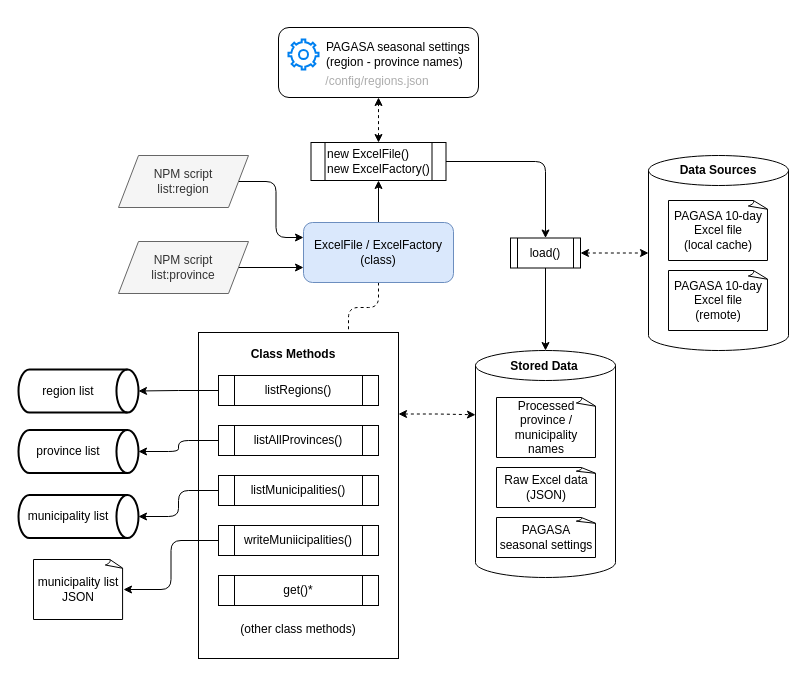
ciatph/ph-municipalities keeps this draw.io diagram as docs/diagrams/ph-municipalities-arch.drawio. Above is the earlier version. Source tidied: cells renumbered, new cells numbered last; positions are measured from the earlier drawing's top-left corner, leaving out a move shared by most shapes. Both pictures are drawn from the tidied source at 100%, with x=0, y=0 at pixel (18, 27).
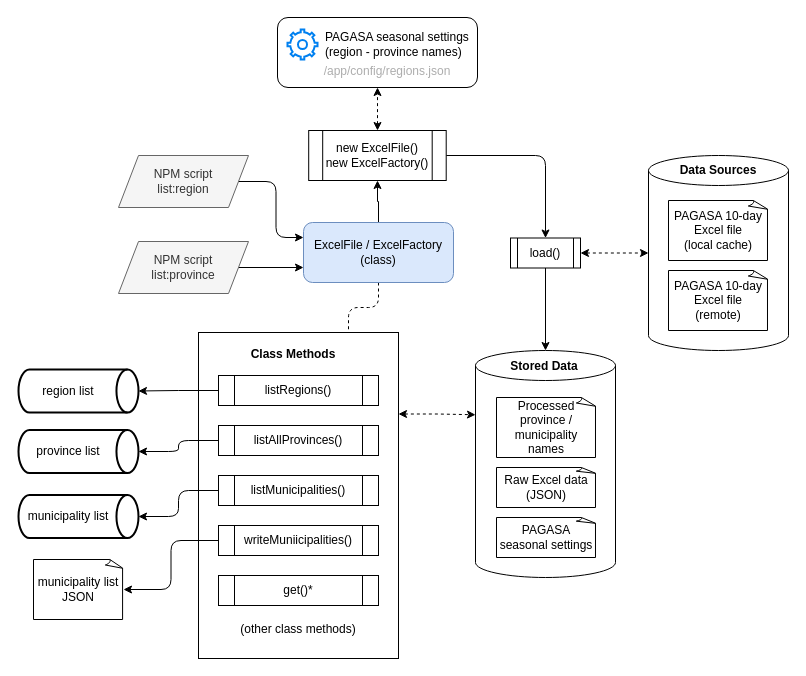
Above is the later version.

Commit message (it also covers changes not shown here):
docs: adjust diagram size

The edit, as a diff of the source:
```diff
@@
     <mxCell id="9" style="rounded=1;whiteSpace=wrap;html=1;" parent="1" vertex="1">
-      <mxGeometry x="260" width="200" height="70" as="geometry" />
+      <mxGeometry x="259" y="-10" width="200" height="70" as="geometry" />
     </mxCell>
     <mxCell id="10" value="PAGASA seasonal settings&lt;br&gt;(region - province names)" style="html=1;verticalLabelPosition=middle;align=left;labelBackgroundColor=#ffffff;verticalAlign=middle;strokeWidth=2;strokeColor=#0080F0;shadow=0;dashed=0;shape=mxgraph.ios7.icons.settings;labelPosition=right;spacingLeft=6;" parent="1" vertex="1">
-      <mxGeometry x="270" y="12" width="30" height="30" as="geometry" />
+      <mxGeometry x="269" y="2" width="30" height="30" as="geometry" />
     </mxCell>
@@
-    <mxCell id="14" value="new ExcelFile()&lt;br&gt;new ExcelFactory()" style="shape=process;whiteSpace=wrap;html=1;backgroundOutline=1;align=left;" parent="1" vertex="1">
-      <mxGeometry x="292.5" y="115" width="135" height="38" as="geometry" />
+    <mxCell id="14" value="new ExcelFile()&lt;br&gt;new ExcelFactory()" style="shape=process;whiteSpace=wrap;html=1;backgroundOutline=1;align=center;" parent="1" vertex="1">
+      <mxGeometry x="290.2" y="103" width="137.5" height="50" as="geometry" />
     </mxCell>
@@
-    <mxCell id="43" value="&lt;font color=&quot;#adadad&quot; style=&quot;font-size: 12px;&quot;&gt;/config/regions.json&lt;/font&gt;" style="text;html=1;strokeColor=none;fillColor=none;align=center;verticalAlign=middle;whiteSpace=wrap;rounded=0;" parent="1" vertex="1">
-      <mxGeometry x="298" y="44" width="122" height="20" as="geometry" />
+    <mxCell id="43" value="&lt;font color=&quot;#adadad&quot; style=&quot;font-size: 12px;&quot;&gt;/app/config/regions.json&lt;/font&gt;" style="text;html=1;strokeColor=none;fillColor=none;align=center;verticalAlign=middle;whiteSpace=wrap;rounded=0;" parent="1" vertex="1">
+      <mxGeometry x="308" y="34" width="122" height="20" as="geometry" />
     </mxCell>
```
